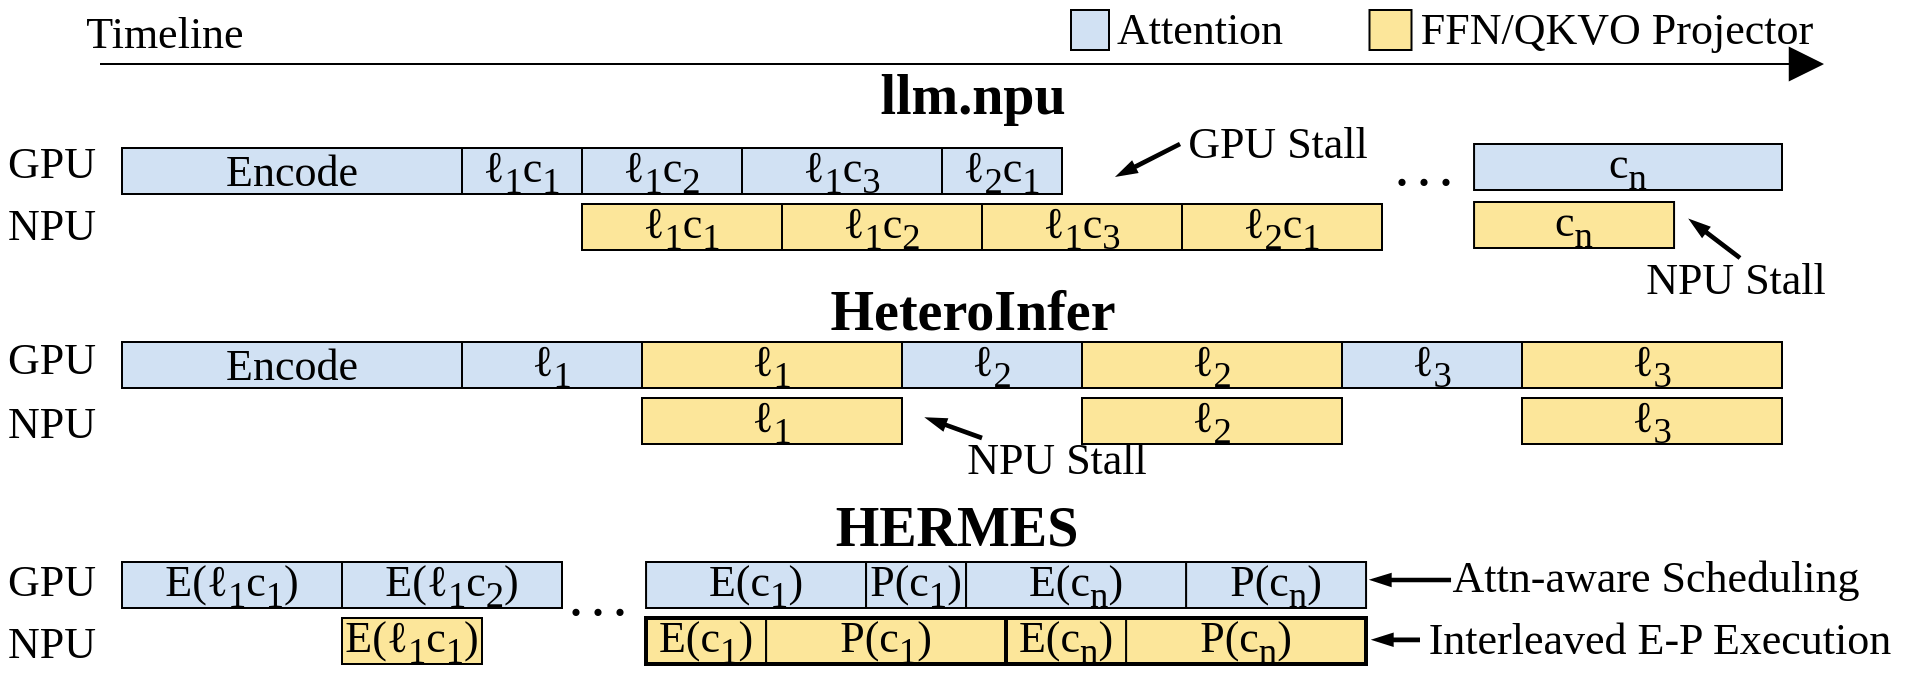
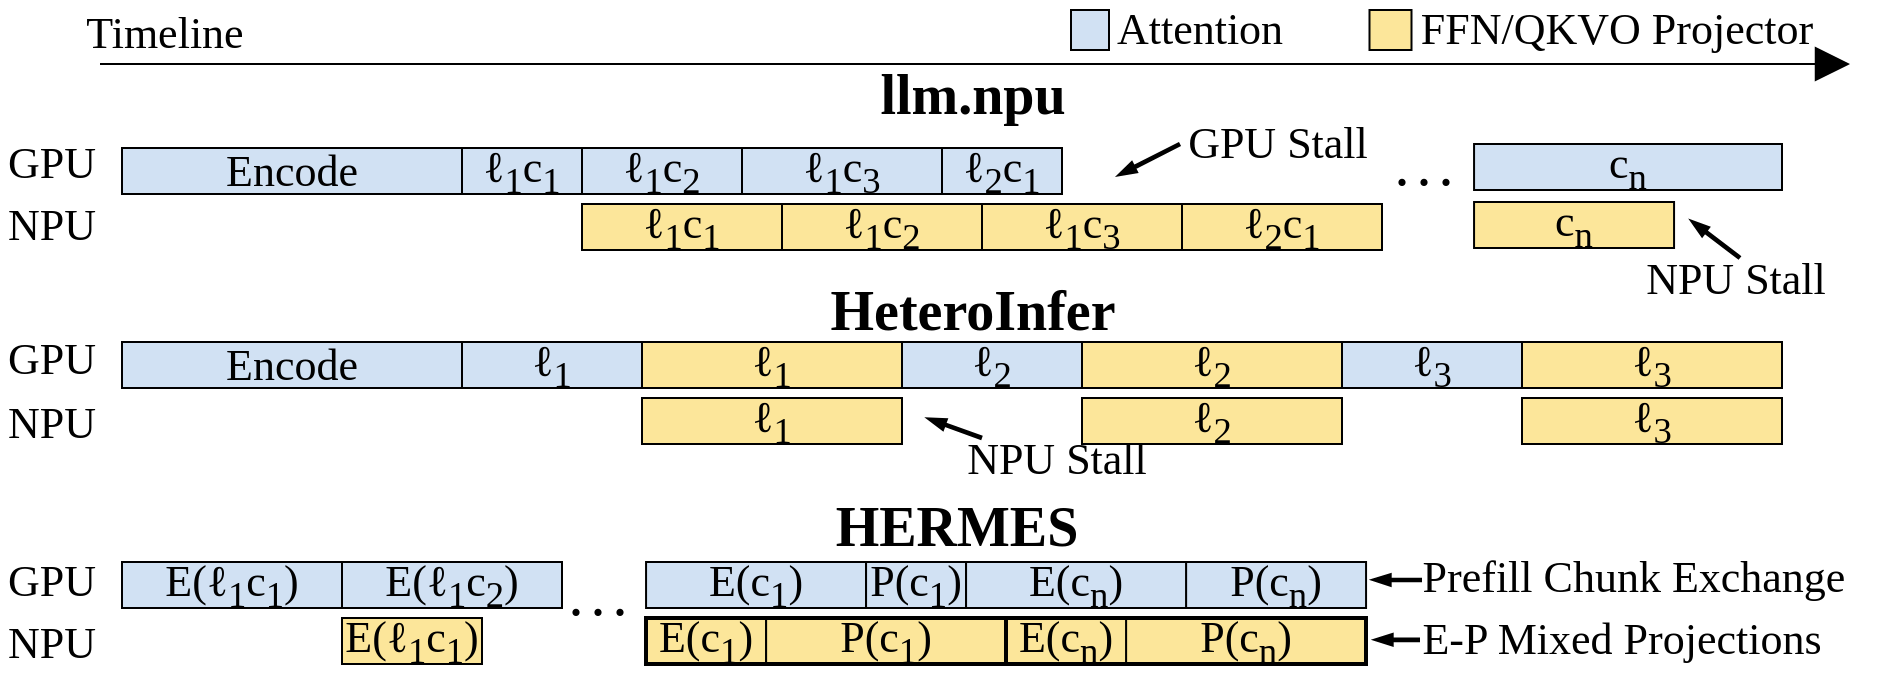
<mxfile host="app.diagrams.net">
  <diagram name="第 1 页" id="E0F1FLyub5h_phbOfWDs">
-     <mxGraphModel dx="572" dy="811" grid="1" gridSize="10" guides="1" tooltips="1" connect="1" arrows="1" fold="1" page="1" pageScale="1" pageWidth="827" pageHeight="1169" math="0" shadow="0">
+     <mxGraphModel dx="463" dy="690" grid="1" gridSize="10" guides="1" tooltips="1" connect="1" arrows="1" fold="1" page="1" pageScale="1" pageWidth="827" pageHeight="1169" math="0" shadow="0">
      <root>
        <mxCell id="0" />
        <mxCell id="1" parent="0" />
        <mxCell id="A4vRsoaLfZYPnX0ZTkdn-2" parent="1" style="text;html=1;align=center;verticalAlign=middle;whiteSpace=wrap;rounded=0;fontFamily=Times New Roman;fontSize=28;" value="&lt;font&gt;&lt;b&gt;llm.npu&lt;/b&gt;&lt;/font&gt;" vertex="1">
          <mxGeometry height="30" width="209" x="1071" y="520" as="geometry" />
        </mxCell>
        <mxCell id="A4vRsoaLfZYPnX0ZTkdn-3" parent="1" style="rounded=0;whiteSpace=wrap;html=1;fillColor=#D1E1F3;fontFamily=Times New Roman;fontSize=22;" value="Encode" vertex="1">
          <mxGeometry height="23" width="170" x="750" y="562" as="geometry" />
        </mxCell>
        <mxCell id="A4vRsoaLfZYPnX0ZTkdn-13" parent="1" style="text;html=1;align=center;verticalAlign=middle;whiteSpace=wrap;rounded=0;fontFamily=Times New Roman;fontSize=28;" value="&lt;font&gt;&lt;b&gt;HeteroInfer&lt;/b&gt;&lt;/font&gt;" vertex="1">
          <mxGeometry height="30" width="304.53" x="1023.24" y="628" as="geometry" />
        </mxCell>
        <mxCell id="A4vRsoaLfZYPnX0ZTkdn-18" parent="1" style="text;html=1;align=center;verticalAlign=middle;whiteSpace=wrap;rounded=0;fontFamily=Times New Roman;fontSize=28;" value="&lt;b&gt;HERMES&lt;/b&gt;" vertex="1">
          <mxGeometry height="30" width="209" x="1063.49" y="736" as="geometry" />
        </mxCell>
        <mxCell id="A4vRsoaLfZYPnX0ZTkdn-23" edge="1" parent="1" style="endArrow=block;html=1;rounded=0;endFill=1;targetPerimeterSpacing=0;strokeWidth=1;endSize=15;fontFamily=Times New Roman;fontSize=22;" value="">
          <mxGeometry height="50" relative="1" width="50" as="geometry">
            <mxPoint x="739" y="520" as="sourcePoint" />
-             <mxPoint x="1601" y="520" as="targetPoint" />
+             <mxPoint x="1614" y="520" as="targetPoint" />
          </mxGeometry>
        </mxCell>
        <mxCell id="A4vRsoaLfZYPnX0ZTkdn-24" parent="1" style="text;html=1;align=center;verticalAlign=middle;whiteSpace=wrap;rounded=0;fontSize=22;fontFamily=Times New Roman;" value="&lt;font&gt;Timeline&lt;/font&gt;" vertex="1">
          <mxGeometry height="30" width="79" x="732" y="490" as="geometry" />
        </mxCell>
        <mxCell id="A4vRsoaLfZYPnX0ZTkdn-32" parent="1" style="text;html=1;align=center;verticalAlign=middle;whiteSpace=wrap;rounded=0;fontFamily=Times New Roman;fontSize=22;" value="GPU" vertex="1">
          <mxGeometry height="20" width="50" x="689.51" y="769" as="geometry" />
        </mxCell>
        <mxCell id="A4vRsoaLfZYPnX0ZTkdn-33" parent="1" style="text;html=1;align=center;verticalAlign=middle;whiteSpace=wrap;rounded=0;fontFamily=Times New Roman;fontSize=22;" value="NPU" vertex="1">
          <mxGeometry height="20" width="50" x="689.51" y="800" as="geometry" />
        </mxCell>
        <mxCell id="A4vRsoaLfZYPnX0ZTkdn-54" edge="1" parent="1" style="shape=flexArrow;endArrow=classic;html=1;rounded=0;width=1.3333333333333333;endSize=2.7739776951672868;endWidth=3.543990086741016;fillColor=#000000;fontFamily=Times New Roman;fontSize=22;" value="">
          <mxGeometry height="50" relative="1" width="50" as="geometry">
            <mxPoint x="1279" y="560" as="sourcePoint" />
            <mxPoint x="1247.5" y="576" as="targetPoint" />
          </mxGeometry>
        </mxCell>
        <mxCell id="A4vRsoaLfZYPnX0ZTkdn-58" parent="1" style="text;html=1;align=center;verticalAlign=middle;whiteSpace=wrap;rounded=0;fontFamily=Times New Roman;fontSize=22;" value="GPU" vertex="1">
          <mxGeometry height="20" width="50" x="689.51" y="658" as="geometry" />
        </mxCell>
        <mxCell id="A4vRsoaLfZYPnX0ZTkdn-59" parent="1" style="text;html=1;align=center;verticalAlign=middle;whiteSpace=wrap;rounded=0;fontFamily=Times New Roman;fontSize=22;" value="NPU" vertex="1">
          <mxGeometry height="20" width="50" x="689.51" y="690" as="geometry" />
        </mxCell>
        <mxCell id="A4vRsoaLfZYPnX0ZTkdn-60" parent="1" style="text;html=1;align=center;verticalAlign=middle;whiteSpace=wrap;rounded=0;fontFamily=Times New Roman;fontSize=22;" value="GPU" vertex="1">
          <mxGeometry height="20" width="50" x="689.51" y="560" as="geometry" />
        </mxCell>
        <mxCell id="A4vRsoaLfZYPnX0ZTkdn-61" parent="1" style="text;html=1;align=center;verticalAlign=middle;whiteSpace=wrap;rounded=0;fontFamily=Times New Roman;fontSize=22;" value="NPU" vertex="1">
          <mxGeometry height="20" width="50" x="689.51" y="591" as="geometry" />
        </mxCell>
        <mxCell id="A4vRsoaLfZYPnX0ZTkdn-62" parent="1" style="rounded=0;whiteSpace=wrap;html=1;fillColor=#D1E1F3;fontFamily=Times New Roman;fontSize=22;" value="&lt;font&gt;ℓ&lt;/font&gt;&lt;sub&gt;1&lt;/sub&gt;c&lt;sub&gt;1&lt;/sub&gt;" vertex="1">
          <mxGeometry height="23" width="60" x="920" y="562" as="geometry" />
        </mxCell>
        <mxCell id="A4vRsoaLfZYPnX0ZTkdn-63" parent="1" style="rounded=0;whiteSpace=wrap;html=1;fillColor=light-dark(#fce69a, #222f3f);fontFamily=Times New Roman;fontSize=22;" value="&lt;font&gt;ℓ&lt;/font&gt;&lt;sub&gt;1&lt;/sub&gt;c&lt;sub&gt;1&lt;/sub&gt;" vertex="1">
          <mxGeometry height="23" width="100" x="980" y="590" as="geometry" />
        </mxCell>
        <mxCell id="A4vRsoaLfZYPnX0ZTkdn-64" parent="1" style="rounded=0;whiteSpace=wrap;html=1;fillColor=light-dark(#fce69a, #222f3f);fontFamily=Times New Roman;fontSize=22;" value="&lt;font&gt;ℓ&lt;/font&gt;&lt;sub&gt;1&lt;/sub&gt;c&lt;sub&gt;2&lt;/sub&gt;" vertex="1">
          <mxGeometry height="23" width="100" x="1080" y="590" as="geometry" />
        </mxCell>
        <mxCell id="A4vRsoaLfZYPnX0ZTkdn-65" parent="1" style="rounded=0;whiteSpace=wrap;html=1;fillColor=light-dark(#fce69a, #222f3f);fontFamily=Times New Roman;fontSize=22;" value="&lt;font&gt;ℓ&lt;/font&gt;&lt;sub&gt;1&lt;/sub&gt;c&lt;sub&gt;3&lt;/sub&gt;" vertex="1">
          <mxGeometry height="23" width="100" x="1180" y="590" as="geometry" />
        </mxCell>
        <mxCell id="A4vRsoaLfZYPnX0ZTkdn-66" parent="1" style="rounded=0;whiteSpace=wrap;html=1;fillColor=#D1E1F3;fontFamily=Times New Roman;fontSize=22;" value="&lt;font&gt;ℓ&lt;/font&gt;&lt;sub&gt;1&lt;/sub&gt;c&lt;sub&gt;2&lt;/sub&gt;" vertex="1">
          <mxGeometry height="23" width="80" x="980" y="562" as="geometry" />
        </mxCell>
        <mxCell id="A4vRsoaLfZYPnX0ZTkdn-67" parent="1" style="rounded=0;whiteSpace=wrap;html=1;fillColor=#D1E1F3;fontFamily=Times New Roman;fontSize=22;" value="&lt;font&gt;ℓ&lt;/font&gt;&lt;sub&gt;1&lt;/sub&gt;c&lt;sub&gt;3&lt;/sub&gt;" vertex="1">
          <mxGeometry height="23" width="100" x="1060" y="562" as="geometry" />
        </mxCell>
        <mxCell id="A4vRsoaLfZYPnX0ZTkdn-68" parent="1" style="rounded=0;whiteSpace=wrap;html=1;fillColor=#D1E1F3;fontFamily=Times New Roman;fontSize=22;" value="&lt;font&gt;ℓ&lt;/font&gt;&lt;sub&gt;2&lt;/sub&gt;c&lt;sub&gt;1&lt;/sub&gt;" vertex="1">
          <mxGeometry height="23" width="60" x="1160" y="562" as="geometry" />
        </mxCell>
        <mxCell id="A4vRsoaLfZYPnX0ZTkdn-69" parent="1" style="rounded=0;whiteSpace=wrap;html=1;fillColor=light-dark(#fce69a, #222f3f);fontFamily=Times New Roman;fontSize=22;" value="&lt;font&gt;ℓ&lt;/font&gt;&lt;sub&gt;2&lt;/sub&gt;c&lt;sub&gt;1&lt;/sub&gt;" vertex="1">
          <mxGeometry height="23" width="100" x="1280" y="590" as="geometry" />
        </mxCell>
        <mxCell id="A4vRsoaLfZYPnX0ZTkdn-70" parent="1" style="rounded=0;whiteSpace=wrap;html=1;fillColor=#D1E1F3;fontFamily=Times New Roman;fontSize=22;" value="c&lt;sub&gt;n&lt;/sub&gt;" vertex="1">
          <mxGeometry height="23" width="153.97" x="1426.03" y="560" as="geometry" />
        </mxCell>
        <mxCell id="A4vRsoaLfZYPnX0ZTkdn-71" parent="1" style="text;html=1;whiteSpace=wrap;strokeColor=none;fillColor=none;align=center;verticalAlign=middle;rounded=0;fontSize=22;fontFamily=Times New Roman;" value="&lt;b&gt;&lt;font&gt;. . .&lt;/font&gt;&lt;/b&gt;" vertex="1">
          <mxGeometry height="22" width="40" x="1380.52" y="563" as="geometry" />
        </mxCell>
        <mxCell id="A4vRsoaLfZYPnX0ZTkdn-72" parent="1" style="rounded=0;whiteSpace=wrap;html=1;fillColor=light-dark(#fce69a, #222f3f);fontFamily=Times New Roman;fontSize=22;" value="c&lt;sub&gt;n&lt;/sub&gt;" vertex="1">
          <mxGeometry height="23" width="100" x="1426.03" y="589" as="geometry" />
        </mxCell>
        <mxCell id="A4vRsoaLfZYPnX0ZTkdn-73" parent="1" style="text;html=1;align=center;verticalAlign=middle;whiteSpace=wrap;rounded=0;fontFamily=Times New Roman;fontSize=22;" value="GPU Stall" vertex="1">
          <mxGeometry height="30" width="92.01" x="1282.03" y="545" as="geometry" />
        </mxCell>
        <mxCell id="A4vRsoaLfZYPnX0ZTkdn-74" parent="1" style="rounded=0;whiteSpace=wrap;html=1;fillColor=#D1E1F3;fontFamily=Times New Roman;fontSize=22;" value="Encode" vertex="1">
          <mxGeometry height="23" width="170" x="750" y="659" as="geometry" />
        </mxCell>
        <mxCell id="A4vRsoaLfZYPnX0ZTkdn-75" parent="1" style="rounded=0;whiteSpace=wrap;html=1;fillColor=#D1E1F3;fontFamily=Times New Roman;fontSize=22;" value="&lt;font&gt;ℓ&lt;/font&gt;&lt;sub&gt;1&lt;/sub&gt;" vertex="1">
          <mxGeometry height="23" width="90" x="920" y="659" as="geometry" />
        </mxCell>
        <mxCell id="A4vRsoaLfZYPnX0ZTkdn-76" parent="1" style="rounded=0;whiteSpace=wrap;html=1;fillColor=light-dark(#fce69a, #222f3f);fontFamily=Times New Roman;fontSize=22;" value="E(c&lt;sub&gt;1&lt;/sub&gt;)" vertex="1">
          <mxGeometry height="23" width="60" x="1012.06" y="797" as="geometry" />
        </mxCell>
        <mxCell id="A4vRsoaLfZYPnX0ZTkdn-79" parent="1" style="rounded=0;whiteSpace=wrap;html=1;fillColor=#D1E1F3;fontFamily=Times New Roman;fontSize=22;" value="&lt;font&gt;E(ℓ&lt;/font&gt;&lt;sub&gt;1&lt;/sub&gt;c&lt;sub&gt;1&lt;/sub&gt;)" vertex="1">
          <mxGeometry height="23" width="110" x="750" y="769" as="geometry" />
        </mxCell>
        <mxCell id="A4vRsoaLfZYPnX0ZTkdn-82" parent="1" style="rounded=0;whiteSpace=wrap;html=1;fillColor=light-dark(#fce69a, #222f3f);fontFamily=Times New Roman;fontSize=22;" value="P(c&lt;sub&gt;1&lt;/sub&gt;)" vertex="1">
          <mxGeometry height="23" width="120" x="1072.06" y="797" as="geometry" />
        </mxCell>
        <mxCell id="A4vRsoaLfZYPnX0ZTkdn-83" parent="1" style="rounded=0;whiteSpace=wrap;html=1;fillColor=light-dark(#fce69a, #222f3f);fontFamily=Times New Roman;fontSize=22;" value="&lt;font&gt;ℓ&lt;/font&gt;&lt;sub&gt;1&lt;/sub&gt;" vertex="1">
          <mxGeometry height="23" width="130" x="1010" y="687" as="geometry" />
        </mxCell>
        <mxCell id="A4vRsoaLfZYPnX0ZTkdn-84" parent="1" style="rounded=0;whiteSpace=wrap;html=1;fillColor=light-dark(#fce69a, #222f3f);fontFamily=Times New Roman;fontSize=22;" value="&lt;font&gt;ℓ&lt;/font&gt;&lt;sub&gt;1&lt;/sub&gt;" vertex="1">
          <mxGeometry height="23" width="130" x="1010" y="659" as="geometry" />
        </mxCell>
        <mxCell id="A4vRsoaLfZYPnX0ZTkdn-85" parent="1" style="rounded=0;whiteSpace=wrap;html=1;fillColor=#D1E1F3;fontFamily=Times New Roman;fontSize=22;" value="&lt;font&gt;ℓ&lt;/font&gt;&lt;sub&gt;2&lt;/sub&gt;" vertex="1">
          <mxGeometry height="23" width="90" x="1140" y="659" as="geometry" />
        </mxCell>
        <mxCell id="A4vRsoaLfZYPnX0ZTkdn-86" parent="1" style="rounded=0;whiteSpace=wrap;html=1;fillColor=light-dark(#fce69a, #222f3f);fontFamily=Times New Roman;fontSize=22;" value="&lt;font&gt;ℓ&lt;/font&gt;&lt;sub&gt;2&lt;/sub&gt;" vertex="1">
          <mxGeometry height="23" width="130" x="1230" y="687" as="geometry" />
        </mxCell>
        <mxCell id="A4vRsoaLfZYPnX0ZTkdn-87" parent="1" style="rounded=0;whiteSpace=wrap;html=1;fillColor=light-dark(#fce69a, #222f3f);fontFamily=Times New Roman;fontSize=22;" value="&lt;font&gt;ℓ&lt;/font&gt;&lt;sub&gt;2&lt;/sub&gt;" vertex="1">
          <mxGeometry height="23" width="130" x="1230" y="659" as="geometry" />
        </mxCell>
        <mxCell id="A4vRsoaLfZYPnX0ZTkdn-88" parent="1" style="rounded=0;whiteSpace=wrap;html=1;fillColor=#D1E1F3;fontFamily=Times New Roman;fontSize=22;" value="&lt;font&gt;ℓ&lt;/font&gt;&lt;sub&gt;3&lt;/sub&gt;" vertex="1">
          <mxGeometry height="23" width="90" x="1360" y="659" as="geometry" />
        </mxCell>
        <mxCell id="A4vRsoaLfZYPnX0ZTkdn-89" parent="1" style="rounded=0;whiteSpace=wrap;html=1;fillColor=light-dark(#fce69a, #222f3f);fontFamily=Times New Roman;fontSize=22;" value="&lt;font&gt;ℓ&lt;/font&gt;&lt;sub&gt;3&lt;/sub&gt;" vertex="1">
          <mxGeometry height="23" width="130" x="1450" y="687" as="geometry" />
        </mxCell>
        <mxCell id="A4vRsoaLfZYPnX0ZTkdn-90" parent="1" style="rounded=0;whiteSpace=wrap;html=1;fillColor=light-dark(#fce69a, #222f3f);fontFamily=Times New Roman;fontSize=22;" value="&lt;font&gt;ℓ&lt;/font&gt;&lt;sub&gt;3&lt;/sub&gt;" vertex="1">
          <mxGeometry height="23" width="130" x="1450" y="659" as="geometry" />
        </mxCell>
        <mxCell id="A4vRsoaLfZYPnX0ZTkdn-91" parent="1" style="rounded=0;whiteSpace=wrap;html=1;fillColor=light-dark(#fce69a, #222f3f);fontFamily=Times New Roman;fontSize=22;" value="E(ℓ&lt;sub&gt;1&lt;/sub&gt;c&lt;sub&gt;1&lt;/sub&gt;)" vertex="1">
          <mxGeometry height="23" width="70" x="860" y="797" as="geometry" />
        </mxCell>
        <mxCell id="A4vRsoaLfZYPnX0ZTkdn-92" parent="1" style="rounded=0;whiteSpace=wrap;html=1;fillColor=#D1E1F3;fontFamily=Times New Roman;fontSize=22;" value="&lt;font&gt;E(ℓ&lt;/font&gt;&lt;sub&gt;1&lt;/sub&gt;c&lt;sub&gt;2&lt;/sub&gt;)" vertex="1">
          <mxGeometry height="23" width="110" x="860" y="769" as="geometry" />
        </mxCell>
        <mxCell id="A4vRsoaLfZYPnX0ZTkdn-93" parent="1" style="text;html=1;whiteSpace=wrap;strokeColor=none;fillColor=none;align=center;verticalAlign=middle;rounded=0;fontSize=22;fontFamily=Times New Roman;" value="&lt;b&gt;&lt;font&gt;. . .&lt;/font&gt;&lt;/b&gt;" vertex="1">
          <mxGeometry height="22" width="40" x="968" y="778" as="geometry" />
        </mxCell>
        <mxCell id="A4vRsoaLfZYPnX0ZTkdn-94" parent="1" style="rounded=0;whiteSpace=wrap;html=1;fillColor=#D1E1F3;fontFamily=Times New Roman;fontSize=22;" value="&lt;font&gt;E(&lt;/font&gt;c&lt;sub&gt;1&lt;/sub&gt;)" vertex="1">
          <mxGeometry height="23" width="110" x="1012.03" y="769" as="geometry" />
        </mxCell>
        <mxCell id="A4vRsoaLfZYPnX0ZTkdn-95" parent="1" style="rounded=0;whiteSpace=wrap;html=1;fillColor=#D1E1F3;fontFamily=Times New Roman;fontSize=22;" value="&lt;font&gt;P(&lt;/font&gt;c&lt;sub&gt;1&lt;/sub&gt;)" vertex="1">
          <mxGeometry height="23" width="50" x="1122.03" y="769" as="geometry" />
        </mxCell>
        <mxCell id="A4vRsoaLfZYPnX0ZTkdn-100" edge="1" parent="1" style="shape=flexArrow;endArrow=classic;html=1;rounded=0;width=1.3333333333333333;endSize=2.7739776951672868;endWidth=3.543990086741016;fillColor=#000000;fontFamily=Times New Roman;fontSize=22;" value="">
          <mxGeometry height="50" relative="1" width="50" as="geometry">
            <mxPoint x="1559" y="617" as="sourcePoint" />
            <mxPoint x="1534.02" y="598" as="targetPoint" />
          </mxGeometry>
        </mxCell>
        <mxCell id="A4vRsoaLfZYPnX0ZTkdn-101" parent="1" style="text;html=1;align=center;verticalAlign=middle;whiteSpace=wrap;rounded=0;fontFamily=Times New Roman;fontSize=22;" value="NPU Stall" vertex="1">
          <mxGeometry height="30" width="93.97" x="1510" y="613" as="geometry" />
        </mxCell>
        <mxCell id="A4vRsoaLfZYPnX0ZTkdn-102" edge="1" parent="1" style="shape=flexArrow;endArrow=classic;html=1;rounded=0;width=1.3333333333333333;endSize=2.7739776951672868;endWidth=3.543990086741016;fillColor=#000000;fontFamily=Times New Roman;fontSize=22;" value="">
          <mxGeometry height="50" relative="1" width="50" as="geometry">
            <mxPoint x="1180" y="707" as="sourcePoint" />
            <mxPoint x="1152.24" y="697" as="targetPoint" />
          </mxGeometry>
        </mxCell>
        <mxCell id="A4vRsoaLfZYPnX0ZTkdn-103" parent="1" style="text;html=1;align=center;verticalAlign=middle;whiteSpace=wrap;rounded=0;fontFamily=Times New Roman;fontSize=22;" value="NPU Stall" vertex="1">
          <mxGeometry height="20" width="99.21" x="1168.03" y="708" as="geometry" />
        </mxCell>
        <mxCell id="A4vRsoaLfZYPnX0ZTkdn-104" parent="1" style="rounded=0;whiteSpace=wrap;html=1;fillColor=#D1E1F3;fontFamily=Times New Roman;fontSize=22;" value="&lt;font&gt;P(&lt;/font&gt;c&lt;sub&gt;n&lt;/sub&gt;)" vertex="1">
          <mxGeometry height="23" width="90" x="1282.03" y="769" as="geometry" />
        </mxCell>
        <mxCell id="A4vRsoaLfZYPnX0ZTkdn-105" parent="1" style="rounded=0;whiteSpace=wrap;html=1;fillColor=light-dark(#fce69a, #222f3f);fontFamily=Times New Roman;fontSize=22;" value="P(c&lt;sub&gt;n&lt;/sub&gt;)" vertex="1">
          <mxGeometry height="23" width="120" x="1252.03" y="797" as="geometry" />
        </mxCell>
        <mxCell id="A4vRsoaLfZYPnX0ZTkdn-106" parent="1" style="rounded=0;whiteSpace=wrap;html=1;fillColor=light-dark(#fce69a, #222f3f);fontFamily=Times New Roman;fontSize=22;" value="E(c&lt;sub&gt;n&lt;/sub&gt;)" vertex="1">
          <mxGeometry height="23" width="60" x="1192.03" y="797" as="geometry" />
        </mxCell>
        <mxCell id="A4vRsoaLfZYPnX0ZTkdn-107" parent="1" style="rounded=0;whiteSpace=wrap;html=1;fillColor=#D1E1F3;fontFamily=Times New Roman;fontSize=22;" value="&lt;font&gt;E(&lt;/font&gt;c&lt;sub&gt;n&lt;/sub&gt;)" vertex="1">
          <mxGeometry height="23" width="110" x="1172.03" y="769" as="geometry" />
        </mxCell>
-         <mxCell id="A4vRsoaLfZYPnX0ZTkdn-109" parent="1" style="text;html=1;align=center;verticalAlign=middle;whiteSpace=wrap;rounded=0;fontFamily=Times New Roman;fontSize=22;" value="Interleaved E-P Execution" vertex="1">
-           <mxGeometry height="13" width="242" x="1398" y="801" as="geometry" />
-         </mxCell>
-         <mxCell id="A4vRsoaLfZYPnX0ZTkdn-110" parent="1" style="text;html=1;align=center;verticalAlign=middle;whiteSpace=wrap;rounded=0;fontFamily=Times New Roman;fontSize=22;" value="Attn-aware&amp;nbsp;Scheduling" vertex="1">
-           <mxGeometry height="10" width="205.97" x="1414.03" y="772" as="geometry" />
+         <mxCell id="A4vRsoaLfZYPnX0ZTkdn-109" parent="1" style="text;html=1;align=center;verticalAlign=middle;whiteSpace=wrap;rounded=0;fontFamily=Times New Roman;fontSize=22;" value="E-P Mixed Projections" vertex="1">
+           <mxGeometry height="13" width="212" x="1394" y="801" as="geometry" />
+         </mxCell>
+         <mxCell id="A4vRsoaLfZYPnX0ZTkdn-110" parent="1" style="text;html=1;align=center;verticalAlign=middle;whiteSpace=wrap;rounded=0;fontFamily=Times New Roman;fontSize=22;" value="Prefill Chunk Exchange" vertex="1">
+           <mxGeometry height="10" width="215.97" x="1398.01" y="772" as="geometry" />
        </mxCell>
        <mxCell id="A4vRsoaLfZYPnX0ZTkdn-111" parent="1" style="rounded=0;whiteSpace=wrap;html=1;fillColor=none;strokeWidth=2;fontFamily=Times New Roman;fontSize=22;" value="" vertex="1">
          <mxGeometry height="23" width="180" x="1192" y="797" as="geometry" />
        </mxCell>
        <mxCell id="A4vRsoaLfZYPnX0ZTkdn-112" edge="1" parent="1" style="shape=flexArrow;endArrow=classic;html=1;rounded=0;width=1.3333333333333333;endSize=2.7739776951672868;endWidth=3.543990086741016;fillColor=#000000;fontFamily=Times New Roman;fontSize=22;" value="">
          <mxGeometry height="50" relative="1" width="50" as="geometry">
            <mxPoint x="1399" y="807.92" as="sourcePoint" />
            <mxPoint x="1375.52" y="807.92" as="targetPoint" />
          </mxGeometry>
        </mxCell>
        <mxCell id="A4vRsoaLfZYPnX0ZTkdn-113" edge="1" parent="1" style="shape=flexArrow;endArrow=classic;html=1;rounded=0;width=1.3333333333333333;endSize=2.7739776951672868;endWidth=3.543990086741016;fillColor=#000000;fontFamily=Times New Roman;fontSize=22;" value="">
          <mxGeometry height="50" relative="1" width="50" as="geometry">
-             <mxPoint x="1414.52" y="778" as="sourcePoint" />
+             <mxPoint x="1400" y="778" as="sourcePoint" />
            <mxPoint x="1374.52" y="777.92" as="targetPoint" />
          </mxGeometry>
        </mxCell>
        <mxCell id="A4vRsoaLfZYPnX0ZTkdn-114" parent="1" style="rounded=0;whiteSpace=wrap;html=1;fillColor=light-dark(#d1e1f3, #ededed);fontFamily=Times New Roman;fontSize=22;" value="" vertex="1">
          <mxGeometry height="20" width="19" x="1224.5" y="493" as="geometry" />
        </mxCell>
        <mxCell id="A4vRsoaLfZYPnX0ZTkdn-115" parent="1" style="text;html=1;align=center;verticalAlign=middle;whiteSpace=wrap;rounded=0;fontFamily=Times New Roman;fontSize=22;" value="Attention" vertex="1">
          <mxGeometry height="30" width="78.48" x="1250.02" y="488" as="geometry" />
        </mxCell>
        <mxCell id="A4vRsoaLfZYPnX0ZTkdn-116" parent="1" style="rounded=0;whiteSpace=wrap;html=1;fillColor=light-dark(#fce69a, #ededed);fontFamily=Times New Roman;fontSize=22;" value="" vertex="1">
          <mxGeometry height="20" width="21" x="1373.75" y="493" as="geometry" />
        </mxCell>
        <mxCell id="A4vRsoaLfZYPnX0ZTkdn-117" parent="1" style="text;html=1;align=center;verticalAlign=middle;whiteSpace=wrap;rounded=0;fontFamily=Times New Roman;fontSize=22;" value="FFN/QKVO Projector" vertex="1">
          <mxGeometry height="30" width="205.25" x="1394.75" y="488" as="geometry" />
        </mxCell>
        <mxCell id="A4vRsoaLfZYPnX0ZTkdn-118" parent="1" style="rounded=0;whiteSpace=wrap;html=1;fillColor=none;strokeWidth=2;fontFamily=Times New Roman;fontSize=22;" value="" vertex="1">
          <mxGeometry height="23" width="180" x="1012" y="797" as="geometry" />
        </mxCell>
      </root>
    </mxGraphModel>
  </diagram>
</mxfile>
